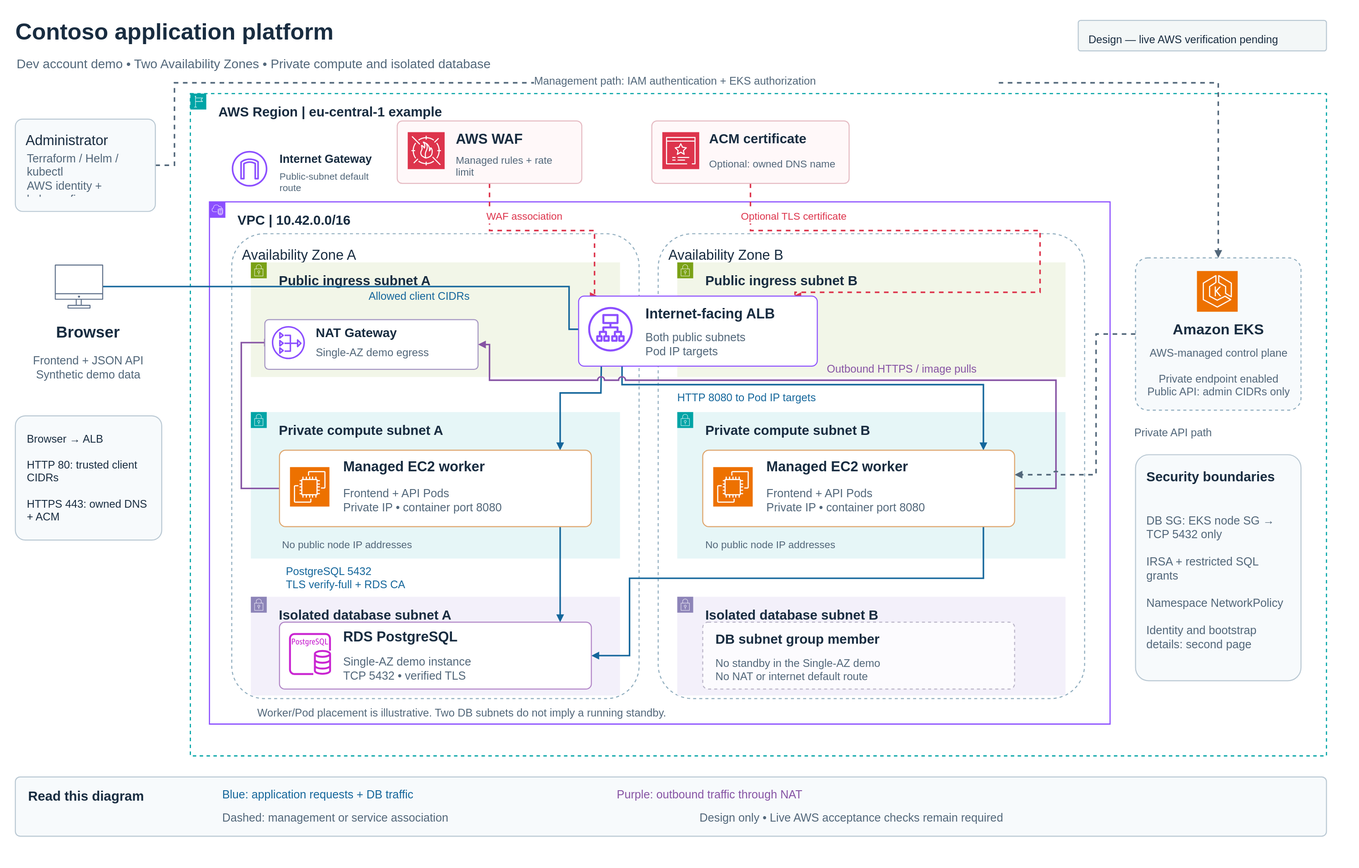
westfood/aws-eks-assignment keeps this draw.io diagram as docs/architecture.svg. Above is the earlier version. Source tidied: cells renumbered, new cells last; positions are measured from the earlier drawing's top-left corner, leaving out a move shared by most shapes.
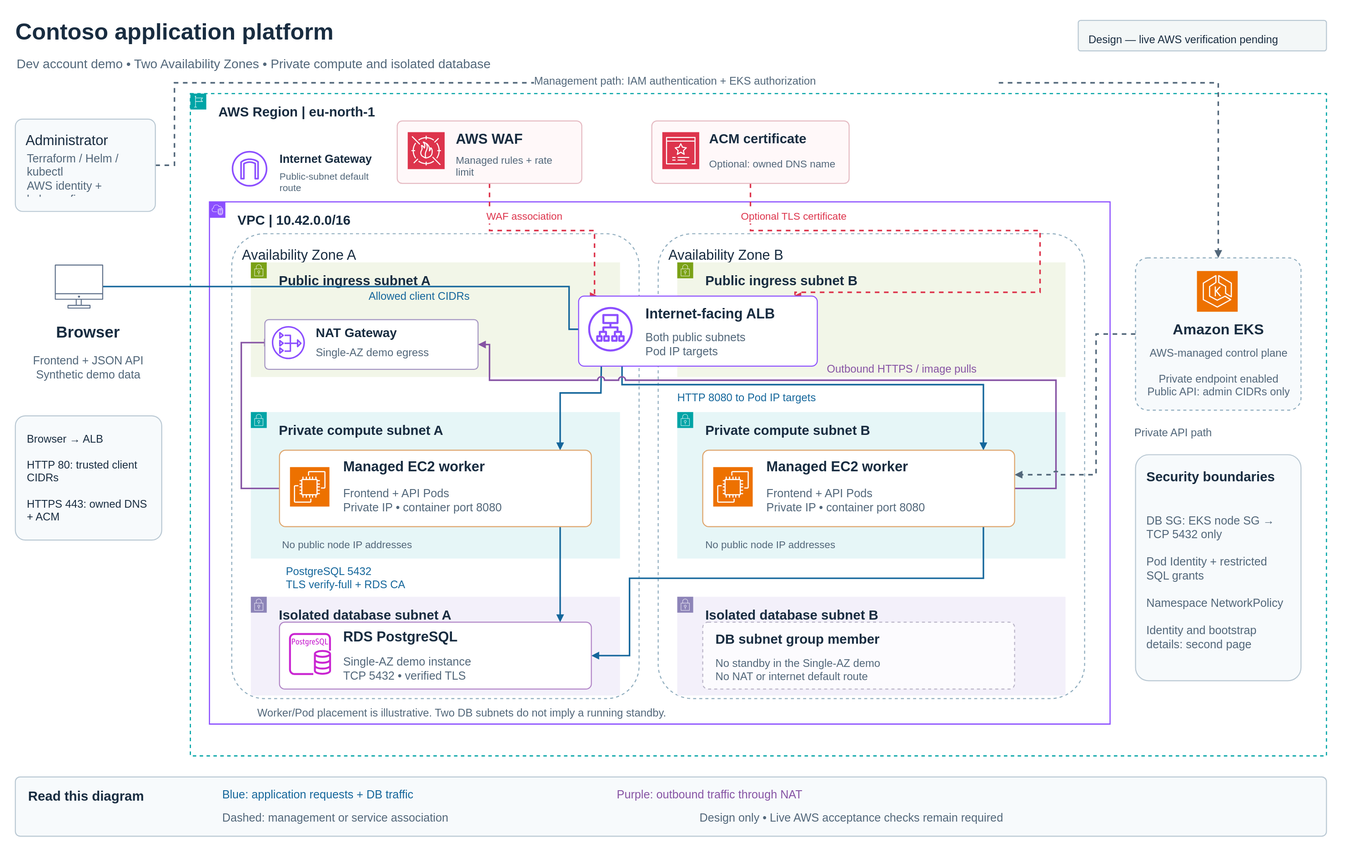
After the commit.

Change to the diagram source:
```diff
@@ -2,7 +2,7 @@
   <root>
     <mxCell id="0" />
     <mxCell id="1" parent="0" />
-    <mxCell id="2" value="AWS Region  |  eu-central-1 example" style="shape=mxgraph.aws4.group;grIcon=mxgraph.aws4.group_region;html=1;whiteSpace=wrap;fillColor=none;strokeColor=#00A4A6;strokeWidth=1.8;fontFamily=Arial;fontSize=21;fontStyle=1;fontColor=#182C40;verticalAlign=top;align=left;spacingLeft=42;spacingTop=9;dashed=1;grStroke=1;" parent="1" vertex="1">
+    <mxCell id="2" value="AWS Region  |  eu-north-1" style="shape=mxgraph.aws4.group;grIcon=mxgraph.aws4.group_region;html=1;whiteSpace=wrap;fillColor=none;strokeColor=#00A4A6;strokeWidth=1.8;fontFamily=Arial;fontSize=21;fontStyle=1;fontColor=#182C40;verticalAlign=top;align=left;spacingLeft=42;spacingTop=9;dashed=1;grStroke=1;" parent="1" vertex="1">
       <mxGeometry x="275" y="123" width="1785" height="1040" as="geometry" />
     </mxCell>
     <mxCell id="3" value="VPC  |  10.42.0.0/16" style="shape=mxgraph.aws4.group;grIcon=mxgraph.aws4.group_vpc2;html=1;whiteSpace=wrap;fillColor=none;strokeColor=#8C4FFF;strokeWidth=1.8;fontFamily=Arial;fontSize=21;fontStyle=1;fontColor=#182C40;verticalAlign=top;align=left;spacingLeft=42;spacingTop=9;dashed=0;grStroke=1;" parent="1" vertex="1">
@@ -278,7 +278,7 @@
     <mxCell id="74" value="Security boundaries" style="text;html=1;whiteSpace=wrap;overflow=hidden;rounded=0;strokeColor=none;fillColor=none;fontFamily=Arial;fontSize=21;fontStyle=1;fontColor=#182C40;align=left;verticalAlign=middle;spacing=0;" parent="1" vertex="1">
       <mxGeometry x="1777" y="707" width="225" height="33" as="geometry" />
     </mxCell>
-    <mxCell id="75" value="DB SG: EKS node SG → TCP 5432 only&lt;br&gt;&lt;br&gt;IRSA + restricted SQL grants&lt;br&gt;&lt;br&gt;Namespace NetworkPolicy&lt;br&gt;&lt;br&gt;Identity and bootstrap details: second page" style="text;html=1;whiteSpace=wrap;overflow=hidden;rounded=0;strokeColor=none;fillColor=none;fontFamily=Arial;fontSize=18;fontStyle=0;fontColor=#52677A;align=left;verticalAlign=middle;spacing=0;" parent="1" vertex="1">
+    <mxCell id="75" value="DB SG: EKS node SG → TCP 5432 only&lt;br&gt;&lt;br&gt;Pod Identity + restricted SQL grants&lt;br&gt;&lt;br&gt;Namespace NetworkPolicy&lt;br&gt;&lt;br&gt;Identity and bootstrap details: second page" style="text;html=1;whiteSpace=wrap;overflow=hidden;rounded=0;strokeColor=none;fillColor=none;fontFamily=Arial;fontSize=18;fontStyle=0;fontColor=#52677A;align=left;verticalAlign=middle;spacing=0;" parent="1" vertex="1">
       <mxGeometry x="1777" y="759" width="222" height="264" as="geometry" />
     </mxCell>
     <mxCell id="76" value="Allowed client CIDRs" style="text;html=1;whiteSpace=wrap;overflow=hidden;rounded=0;strokeColor=none;fillColor=none;fontFamily=Arial;fontSize=17;fontStyle=0;fontColor=#14669B;align=left;verticalAlign=middle;spacing=0;" parent="1" vertex="1">
```
